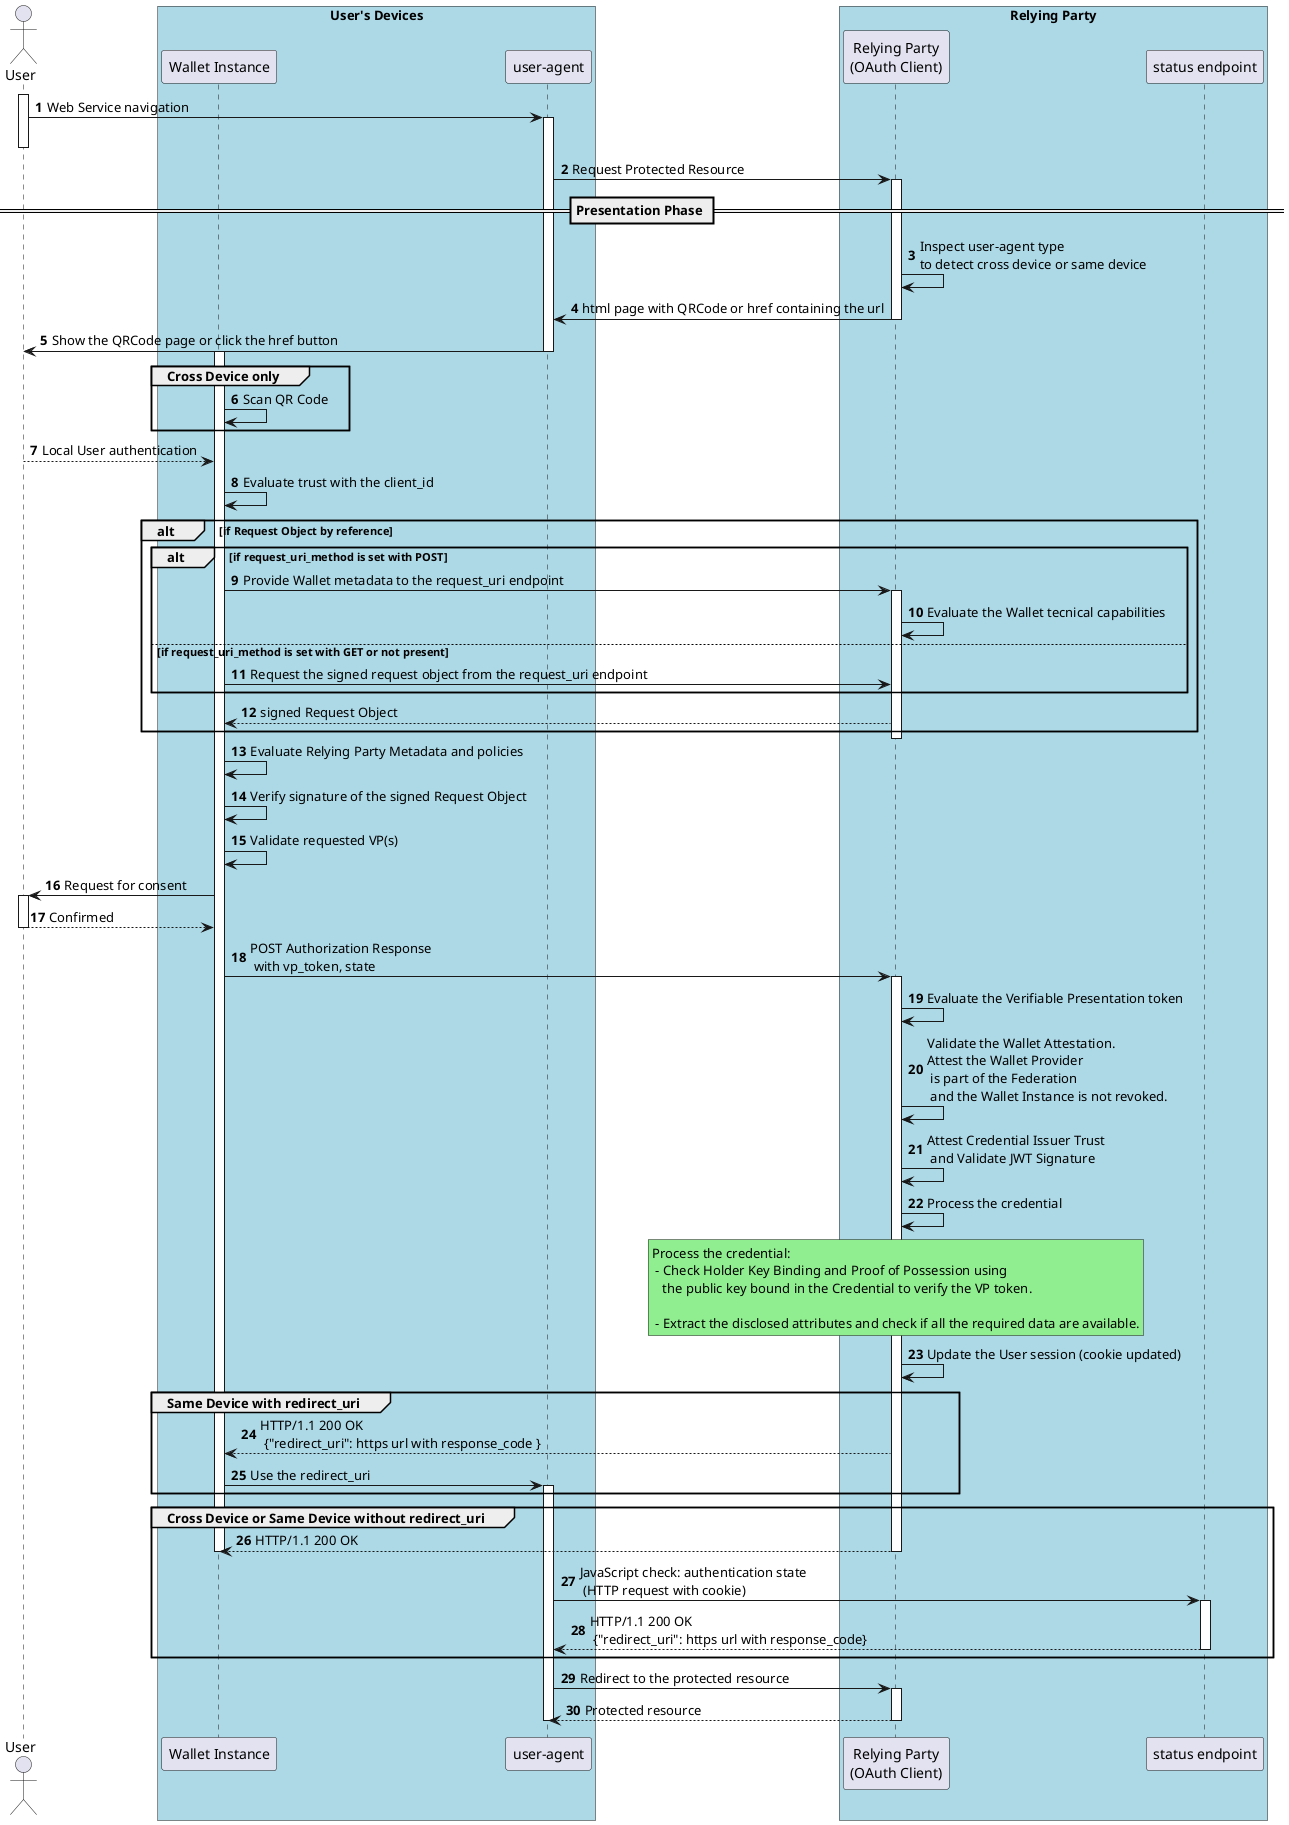
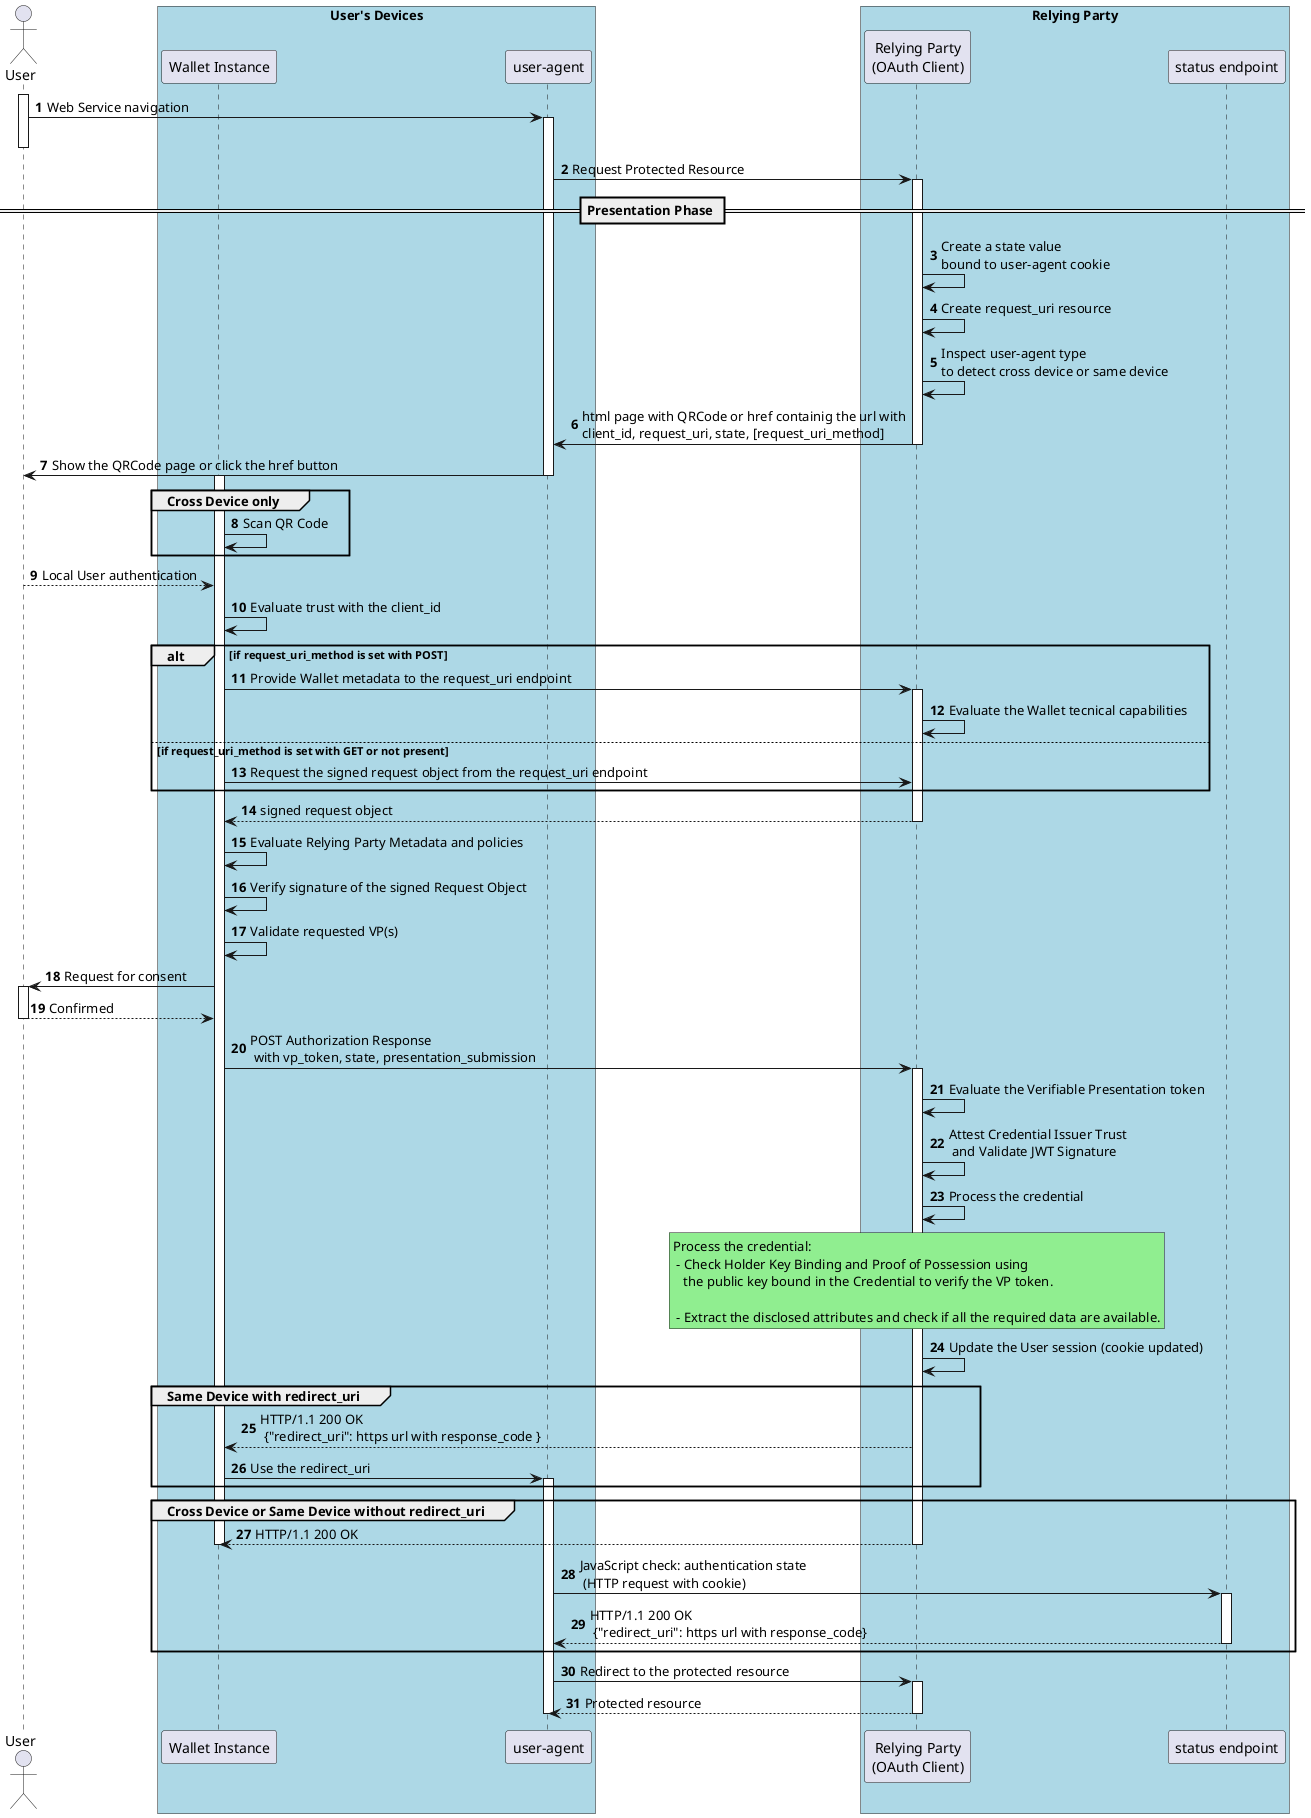
@startuml
autonumber


Actor "User" as u

box "User's Devices" #LightBlue
participant "Wallet Instance" as w
participant "user-agent" as ua
end box

box "Relying Party" #LightBlue
participant "Relying Party\n(OAuth Client)" as ve
participant "status endpoint" as se
end box



activate u
u -> ua: Web Service navigation
activate ua
deactivate u
ua -> ve: Request Protected Resource

== Presentation Phase ==
activate ve
+ ve -> ve: Create a state value\nbound to user-agent cookie
+ ve -> ve: Create request_uri resource
ve -> ve: Inspect user-agent type\nto detect cross device or same device
- ve -> ua: html page with QRCode or href containing the url
+ ve -> ua: html page with QRCode or href containig the url with\nclient_id, request_uri, state, [request_uri_method]
deactivate ve


ua -> u: Show the QRCode page or click the href button
deactivate ua
activate w

group Cross Device only
w -> w: Scan QR Code
end

u --> w: Local User authentication

w -> w: Evaluate trust with the client_id

- alt if Request Object by reference
-     alt if request_uri_method is set with POST
-        w -> ve: Provide Wallet metadata to the request_uri endpoint
-        activate ve
-        ve -> ve: Evaluate the Wallet tecnical capabilities
-    else if request_uri_method is set with GET or not present
-        w -> ve: Request the signed request object from the request_uri endpoint
-    end
- 
-    ve --> w: signed Request Object
- 
+ alt if request_uri_method is set with POST
+     w -> ve: Provide Wallet metadata to the request_uri endpoint
+     activate ve
+     ve -> ve: Evaluate the Wallet tecnical capabilities
+ else if request_uri_method is set with GET or not present
+    w -> ve: Request the signed request object from the request_uri endpoint
end

+ ve --> w: signed request object
deactivate ve


w -> w: Evaluate Relying Party Metadata and policies
w -> w: Verify signature of the signed Request Object
w -> w: Validate requested VP(s)
w -> u: Request for consent
activate u
u --> w: Confirmed
deactivate u
- w -> ve: POST Authorization Response \n with vp_token, state
+ w -> ve: POST Authorization Response \n with vp_token, state, presentation_submission
activate ve
ve -> ve: Evaluate the Verifiable Presentation token
- ve -> ve: Validate the Wallet Attestation. \nAttest the Wallet Provider\n is part of the Federation\n and the Wallet Instance is not revoked.
ve -> ve: Attest Credential Issuer Trust\n and Validate JWT Signature
ve -> ve: Process the credential

rnote over ve #LIGHTGREEN
Process the credential:
 - Check Holder Key Binding and Proof of Possession using
   the public key bound in the Credential to verify the VP token.

 - Extract the disclosed attributes and check if all the required data are available.
endrnote

ve -> ve: Update the User session (cookie updated)


group Same Device with redirect_uri
ve --> w: HTTP/1.1 200 OK\n {"redirect_uri": https url with response_code }
w -> ua: Use the redirect_uri
activate ua
end

group Cross Device or Same Device without redirect_uri
ve --> w: HTTP/1.1 200 OK
deactivate w
deactivate ve
ua -> se:  JavaScript check: authentication state \n (HTTP request with cookie)
activate se
se --> ua: HTTP/1.1 200 OK\n {"redirect_uri": https url with response_code}

deactivate se

end


ua -> ve: Redirect to the protected resource
activate ve
ve --> ua: Protected resource

deactivate ua
deactivate ve
- @enduml
+ @enduml